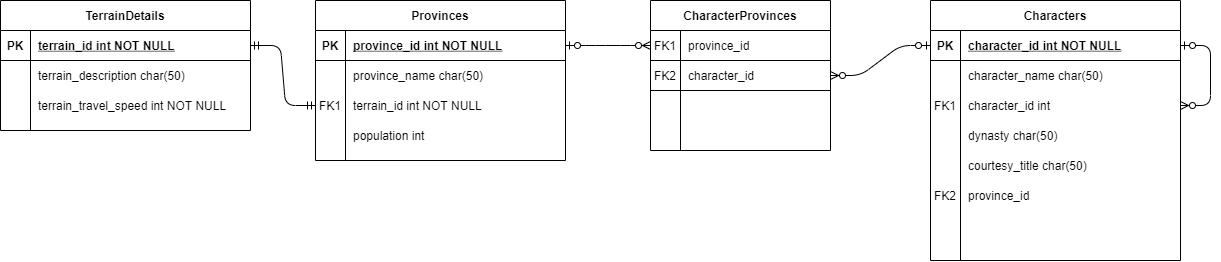
Before: 05_C#_Data/FeudalismApp/feudalismERD.png, a diagram exported from draw.io (JDewhirst/eng86). Source tidied: cells renumbered, new cells last; positions are measured from the earlier drawing's top-left corner, leaving out a move shared by most shapes. Its diagram source:
```xml
<mxGraphModel>
  <root>
    <mxCell id="0" />
    <mxCell id="1" parent="0" />
    <mxCell id="2" value="Characters" style="shape=table;startSize=30;rowLines=0;fontStyle=1;align=center;" parent="1" vertex="1">
      <mxGeometry x="930" width="250" height="260" as="geometry" />
    </mxCell>
    <mxCell id="3" style="shape=partialRectangle;fillColor=none;points=[[0,0.5],[1,0.5]];portConstraint=eastwest;top=0;left=0;right=0;bottom=1;" parent="2" vertex="1">
      <mxGeometry y="30" width="250" height="30" as="geometry" />
    </mxCell>
    <mxCell id="4" value="PK" style="shape=partialRectangle;overflow=hidden;fillColor=none;top=0;left=0;bottom=0;right=0;fontStyle=1;" parent="3" vertex="1">
      <mxGeometry width="30" height="30" as="geometry" />
    </mxCell>
    <mxCell id="5" value="character_id int NOT NULL " style="shape=partialRectangle;overflow=hidden;fillColor=none;top=0;left=0;bottom=0;right=0;align=left;spacingLeft=6;fontStyle=5;" parent="3" vertex="1">
      <mxGeometry x="30" width="220" height="30" as="geometry" />
    </mxCell>
    <mxCell id="6" style="shape=partialRectangle;fillColor=none;top=0;left=0;right=0;bottom=0;" parent="2" vertex="1">
      <mxGeometry y="60" width="250" height="30" as="geometry" />
    </mxCell>
    <mxCell id="7" style="shape=partialRectangle;overflow=hidden;fillColor=none;top=0;left=0;bottom=0;right=0;" parent="6" vertex="1">
      <mxGeometry width="30" height="30" as="geometry" />
    </mxCell>
    <mxCell id="8" value="character_name char(50)" style="shape=partialRectangle;overflow=hidden;fillColor=none;top=0;left=0;bottom=0;right=0;align=left;spacingLeft=6;" parent="6" vertex="1">
      <mxGeometry x="30" width="220" height="30" as="geometry" />
    </mxCell>
    <mxCell id="9" style="shape=partialRectangle;fillColor=none;points=[[0,0.5],[1,0.5]];portConstraint=eastwest;top=0;left=0;right=0;bottom=0;" parent="2" vertex="1">
      <mxGeometry y="90" width="250" height="30" as="geometry" />
    </mxCell>
    <mxCell id="10" value="FK1" style="shape=partialRectangle;overflow=hidden;fillColor=none;top=0;left=0;bottom=0;right=0;" parent="9" vertex="1">
      <mxGeometry width="30" height="30" as="geometry" />
    </mxCell>
    <mxCell id="11" value="character_id int" style="shape=partialRectangle;overflow=hidden;fillColor=none;top=0;left=0;bottom=0;right=0;align=left;spacingLeft=6;" parent="9" vertex="1">
      <mxGeometry x="30" width="220" height="30" as="geometry" />
    </mxCell>
    <mxCell id="12" style="shape=partialRectangle;fillColor=none;top=0;left=0;bottom=0;right=0;" parent="2" vertex="1">
      <mxGeometry y="120" width="250" height="30" as="geometry" />
    </mxCell>
    <mxCell id="13" style="shape=partialRectangle;fillColor=none;top=0;left=0;bottom=0;right=0;overflow=hidden;" parent="12" vertex="1">
      <mxGeometry width="30" height="30" as="geometry" />
    </mxCell>
    <mxCell id="14" value="dynasty char(50)" style="shape=partialRectangle;fillColor=none;top=0;left=0;bottom=0;right=0;align=left;spacingLeft=6;overflow=hidden;" parent="12" vertex="1">
      <mxGeometry x="30" width="220" height="30" as="geometry" />
    </mxCell>
    <mxCell id="15" style="shape=partialRectangle;fillColor=none;top=0;left=0;bottom=0;right=0;" parent="2" vertex="1">
      <mxGeometry y="150" width="250" height="30" as="geometry" />
    </mxCell>
    <mxCell id="16" style="shape=partialRectangle;fillColor=none;top=0;left=0;bottom=0;right=0;overflow=hidden;" parent="15" vertex="1">
      <mxGeometry width="30" height="30" as="geometry" />
    </mxCell>
    <mxCell id="17" value="courtesy_title char(50)" style="shape=partialRectangle;fillColor=none;top=0;left=0;bottom=0;right=0;align=left;spacingLeft=6;overflow=hidden;" parent="15" vertex="1">
      <mxGeometry x="30" width="220" height="30" as="geometry" />
    </mxCell>
    <mxCell id="18" style="edgeStyle=entityRelationEdgeStyle;fontSize=12;html=1;endArrow=ERzeroToMany;startArrow=ERzeroToOne;exitX=1;exitY=0.5;exitDx=0;exitDy=0;entryX=1;entryY=0.5;entryDx=0;entryDy=0;" parent="2" edge="1" source="3" target="9">
      <mxGeometry relative="1" as="geometry" />
    </mxCell>
    <mxCell id="19" style="shape=partialRectangle;fillColor=none;top=0;left=0;bottom=0;right=0;points=[[0,0.5],[1,0.5]];portConstraint=eastwest;" parent="2" vertex="1">
      <mxGeometry y="180" width="250" height="30" as="geometry" />
    </mxCell>
    <mxCell id="20" value="FK2" style="shape=partialRectangle;fillColor=none;top=0;left=0;bottom=0;right=0;fontStyle=0;overflow=hidden;" parent="19" vertex="1">
      <mxGeometry width="30" height="30" as="geometry" />
    </mxCell>
    <mxCell id="21" value="province_id" style="shape=partialRectangle;fillColor=none;top=0;left=0;bottom=0;right=0;align=left;spacingLeft=6;fontStyle=0;overflow=hidden;" parent="19" vertex="1">
      <mxGeometry x="30" width="220" height="30" as="geometry" />
    </mxCell>
    <mxCell id="22" value="TerrainDetails" style="shape=table;startSize=30;rowLines=0;fontStyle=1;align=center;" parent="1" vertex="1">
      <mxGeometry width="250" height="130" as="geometry" />
    </mxCell>
    <mxCell id="23" style="shape=partialRectangle;fillColor=none;points=[[0,0.5],[1,0.5]];portConstraint=eastwest;top=0;left=0;right=0;bottom=1;" parent="22" vertex="1">
      <mxGeometry y="30" width="250" height="30" as="geometry" />
    </mxCell>
    <mxCell id="24" value="PK" style="shape=partialRectangle;overflow=hidden;fillColor=none;top=0;left=0;bottom=0;right=0;fontStyle=1;" parent="23" vertex="1">
      <mxGeometry width="30" height="30" as="geometry" />
    </mxCell>
    <mxCell id="25" value="terrain_id int NOT NULL" style="shape=partialRectangle;overflow=hidden;fillColor=none;top=0;left=0;bottom=0;right=0;align=left;spacingLeft=6;fontStyle=5;" parent="23" vertex="1">
      <mxGeometry x="30" width="220" height="30" as="geometry" />
    </mxCell>
    <mxCell id="26" style="shape=partialRectangle;fillColor=none;top=0;left=0;right=0;bottom=0;" parent="22" vertex="1">
      <mxGeometry y="60" width="250" height="30" as="geometry" />
    </mxCell>
    <mxCell id="27" style="shape=partialRectangle;overflow=hidden;fillColor=none;top=0;left=0;bottom=0;right=0;" parent="26" vertex="1">
      <mxGeometry width="30" height="30" as="geometry" />
    </mxCell>
    <mxCell id="28" value="terrain_description char(50)" style="shape=partialRectangle;overflow=hidden;fillColor=none;top=0;left=0;bottom=0;right=0;align=left;spacingLeft=6;" parent="26" vertex="1">
      <mxGeometry x="30" width="220" height="30" as="geometry" />
    </mxCell>
    <mxCell id="29" style="shape=partialRectangle;fillColor=none;top=0;left=0;right=0;bottom=0;" parent="22" vertex="1">
      <mxGeometry y="90" width="250" height="30" as="geometry" />
    </mxCell>
    <mxCell id="30" style="shape=partialRectangle;overflow=hidden;fillColor=none;top=0;left=0;bottom=0;right=0;" parent="29" vertex="1">
      <mxGeometry width="30" height="30" as="geometry" />
    </mxCell>
    <mxCell id="31" value="terrain_travel_speed int NOT NULL" style="shape=partialRectangle;overflow=hidden;fillColor=none;top=0;left=0;bottom=0;right=0;align=left;spacingLeft=6;" parent="29" vertex="1">
      <mxGeometry x="30" width="220" height="30" as="geometry" />
    </mxCell>
    <mxCell id="32" value="Provinces" style="shape=table;startSize=30;rowLines=0;fontStyle=1;align=center;" parent="1" vertex="1">
      <mxGeometry x="315" width="250" height="160" as="geometry" />
    </mxCell>
    <mxCell id="33" style="shape=partialRectangle;fillColor=none;points=[[0,0.5],[1,0.5]];portConstraint=eastwest;top=0;left=0;right=0;bottom=1;" parent="32" vertex="1">
      <mxGeometry y="30" width="250" height="30" as="geometry" />
    </mxCell>
    <mxCell id="34" value="PK" style="shape=partialRectangle;overflow=hidden;fillColor=none;top=0;left=0;bottom=0;right=0;fontStyle=1;" parent="33" vertex="1">
      <mxGeometry width="30" height="30" as="geometry" />
    </mxCell>
    <mxCell id="35" value="province_id int NOT NULL" style="shape=partialRectangle;overflow=hidden;fillColor=none;top=0;left=0;bottom=0;right=0;align=left;spacingLeft=6;fontStyle=5;" parent="33" vertex="1">
      <mxGeometry x="30" width="220" height="30" as="geometry" />
    </mxCell>
    <mxCell id="36" style="shape=partialRectangle;fillColor=none;top=0;left=0;right=0;bottom=0;" parent="32" vertex="1">
      <mxGeometry y="60" width="250" height="30" as="geometry" />
    </mxCell>
    <mxCell id="37" style="shape=partialRectangle;overflow=hidden;fillColor=none;top=0;left=0;bottom=0;right=0;" parent="36" vertex="1">
      <mxGeometry width="30" height="30" as="geometry" />
    </mxCell>
    <mxCell id="38" value="province_name char(50) " style="shape=partialRectangle;overflow=hidden;fillColor=none;top=0;left=0;bottom=0;right=0;align=left;spacingLeft=6;" parent="36" vertex="1">
      <mxGeometry x="30" width="220" height="30" as="geometry" />
    </mxCell>
    <mxCell id="39" style="shape=partialRectangle;fillColor=none;top=0;left=0;bottom=0;right=0;points=[[0,0.5],[1,0.5]];portConstraint=eastwest;" parent="32" vertex="1">
      <mxGeometry y="90" width="250" height="30" as="geometry" />
    </mxCell>
    <mxCell id="40" value="FK1" style="shape=partialRectangle;fillColor=none;top=0;left=0;bottom=0;right=0;overflow=hidden;" parent="39" vertex="1">
      <mxGeometry width="30" height="30" as="geometry" />
    </mxCell>
    <mxCell id="41" value="terrain_id int NOT NULL" style="shape=partialRectangle;fillColor=none;top=0;left=0;bottom=0;right=0;align=left;spacingLeft=6;overflow=hidden;" parent="39" vertex="1">
      <mxGeometry x="30" width="220" height="30" as="geometry" />
    </mxCell>
    <mxCell id="42" style="shape=partialRectangle;fillColor=none;top=0;left=0;bottom=0;right=0;" parent="32" vertex="1">
      <mxGeometry y="120" width="250" height="30" as="geometry" />
    </mxCell>
    <mxCell id="43" style="shape=partialRectangle;fillColor=none;top=0;left=0;bottom=0;right=0;overflow=hidden;" parent="42" vertex="1">
      <mxGeometry width="30" height="30" as="geometry" />
    </mxCell>
    <mxCell id="44" value="population int" style="shape=partialRectangle;fillColor=none;top=0;left=0;bottom=0;right=0;align=left;spacingLeft=6;overflow=hidden;" parent="42" vertex="1">
      <mxGeometry x="30" width="220" height="30" as="geometry" />
    </mxCell>
    <mxCell id="45" style="edgeStyle=entityRelationEdgeStyle;fontSize=12;html=1;endArrow=ERmandOne;startArrow=ERmandOne;exitX=1;exitY=0.5;exitDx=0;exitDy=0;entryX=0;entryY=0.5;entryDx=0;entryDy=0;" parent="1" edge="1" source="23" target="39">
      <mxGeometry relative="1" as="geometry" />
    </mxCell>
    <mxCell id="46" style="edgeStyle=entityRelationEdgeStyle;fontSize=12;html=1;endArrow=ERzeroToMany;startArrow=ERzeroToOne;exitX=1;exitY=0.5;exitDx=0;exitDy=0;entryX=0;entryY=0.5;entryDx=0;entryDy=0;" parent="1" edge="1" source="33" target="49">
      <mxGeometry relative="1" as="geometry" />
    </mxCell>
    <mxCell id="47" style="group;" parent="1" vertex="1">
      <mxGeometry x="650" width="180" height="150" as="geometry" />
    </mxCell>
    <mxCell id="48" value="CharacterProvinces" style="shape=table;startSize=30;rowLines=0;fontStyle=1;align=center;" parent="47" vertex="1">
      <mxGeometry width="180" height="150" as="geometry" />
    </mxCell>
    <mxCell id="49" style="shape=partialRectangle;fillColor=none;top=0;left=0;bottom=1;right=0;points=[[0,0.5],[1,0.5]];portConstraint=eastwest;" parent="48" vertex="1">
      <mxGeometry y="30" width="180" height="30" as="geometry" />
    </mxCell>
    <mxCell id="50" value="FK1" style="shape=partialRectangle;fillColor=none;top=0;left=0;bottom=0;right=0;fontStyle=0;overflow=hidden;" parent="49" vertex="1">
      <mxGeometry width="30" height="30" as="geometry" />
    </mxCell>
    <mxCell id="51" value="province_id" style="shape=partialRectangle;fillColor=none;top=0;left=0;bottom=0;right=0;align=left;spacingLeft=6;fontStyle=0;overflow=hidden;" parent="49" vertex="1">
      <mxGeometry x="30" width="150" height="30" as="geometry" />
    </mxCell>
    <mxCell id="52" style="shape=partialRectangle;fillColor=none;top=0;left=0;bottom=0;right=0;" parent="48" vertex="1">
      <mxGeometry y="60" width="180" height="30" as="geometry" />
    </mxCell>
    <mxCell id="53" style="shape=partialRectangle;fillColor=none;top=0;left=0;bottom=0;right=0;overflow=hidden;" parent="52" vertex="1">
      <mxGeometry width="30" height="30" as="geometry" />
    </mxCell>
    <mxCell id="54" style="shape=partialRectangle;fillColor=none;top=0;left=0;bottom=0;right=0;align=left;spacingLeft=6;overflow=hidden;" parent="52" vertex="1">
      <mxGeometry x="30" width="150" height="30" as="geometry" />
    </mxCell>
    <mxCell id="55" style="shape=partialRectangle;fillColor=none;top=0;left=0;bottom=0;right=0;" parent="48" vertex="1">
      <mxGeometry y="90" width="180" height="30" as="geometry" />
    </mxCell>
    <mxCell id="56" style="shape=partialRectangle;fillColor=none;top=0;left=0;bottom=0;right=0;overflow=hidden;" parent="55" vertex="1">
      <mxGeometry width="30" height="30" as="geometry" />
    </mxCell>
    <mxCell id="57" style="shape=partialRectangle;fillColor=none;top=0;left=0;bottom=0;right=0;align=left;spacingLeft=6;overflow=hidden;" parent="55" vertex="1">
      <mxGeometry x="30" width="150" height="30" as="geometry" />
    </mxCell>
    <mxCell id="58" style="shape=partialRectangle;fillColor=none;top=0;left=0;bottom=0;right=0;" parent="48" vertex="1">
      <mxGeometry y="120" width="180" height="30" as="geometry" />
    </mxCell>
    <mxCell id="59" style="shape=partialRectangle;fillColor=none;top=0;left=0;bottom=0;right=0;overflow=hidden;" parent="58" vertex="1">
      <mxGeometry width="30" height="30" as="geometry" />
    </mxCell>
    <mxCell id="60" style="shape=partialRectangle;fillColor=none;top=0;left=0;bottom=0;right=0;align=left;spacingLeft=6;overflow=hidden;" parent="58" vertex="1">
      <mxGeometry x="30" width="150" height="30" as="geometry" />
    </mxCell>
    <mxCell id="61" style="shape=partialRectangle;fillColor=none;top=0;left=0;bottom=1;right=0;points=[[0,0.5],[1,0.5]];portConstraint=eastwest;" parent="47" vertex="1">
      <mxGeometry y="60" width="180" height="30" as="geometry" />
    </mxCell>
    <mxCell id="62" value="FK2" style="shape=partialRectangle;fillColor=none;top=0;left=0;bottom=0;right=0;fontStyle=0;overflow=hidden;" parent="61" vertex="1">
      <mxGeometry width="30" height="30" as="geometry" />
    </mxCell>
    <mxCell id="63" value="character_id" style="shape=partialRectangle;fillColor=none;top=0;left=0;bottom=0;right=0;align=left;spacingLeft=6;fontStyle=0;overflow=hidden;" parent="61" vertex="1">
      <mxGeometry x="30" width="150" height="30" as="geometry" />
    </mxCell>
    <mxCell id="64" style="edgeStyle=entityRelationEdgeStyle;fontSize=12;html=1;endArrow=ERzeroToMany;startArrow=ERzeroToOne;exitX=0;exitY=0.5;exitDx=0;exitDy=0;entryX=1;entryY=0.5;entryDx=0;entryDy=0;" parent="1" edge="1" source="3" target="61">
      <mxGeometry relative="1" as="geometry" />
    </mxCell>
  </root>
</mxGraphModel>
```
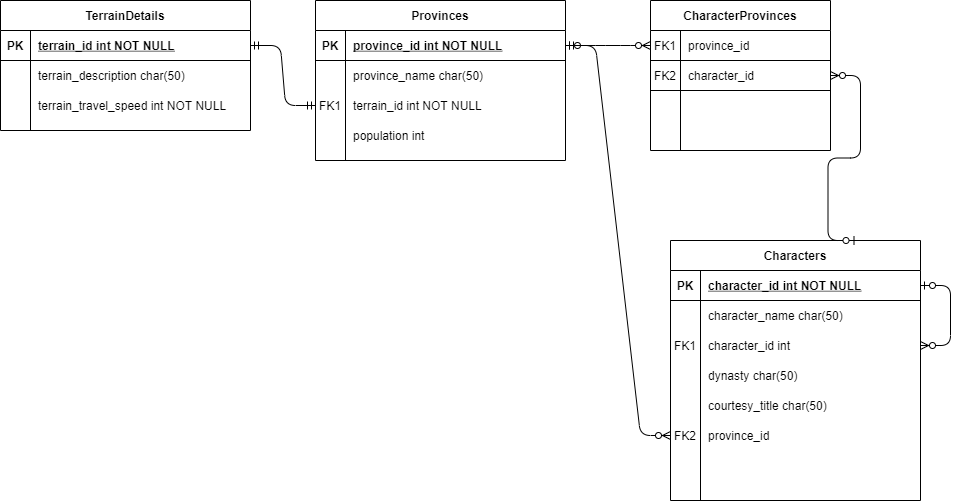
Later version of the same file.

Change to the diagram source:
```diff
@@ -3,7 +3,7 @@
     <mxCell id="0" />
     <mxCell id="1" parent="0" />
     <mxCell id="2" value="Characters" style="shape=table;startSize=30;rowLines=0;fontStyle=1;align=center;" parent="1" vertex="1">
-      <mxGeometry x="930" width="250" height="260" as="geometry" />
+      <mxGeometry x="670" y="240" width="250" height="260" as="geometry" />
     </mxCell>
     <mxCell id="3" style="shape=partialRectangle;fillColor=none;points=[[0,0.5],[1,0.5]];portConstraint=eastwest;top=0;left=0;right=0;bottom=1;" parent="2" vertex="1">
       <mxGeometry y="30" width="250" height="30" as="geometry" />
@@ -188,8 +188,11 @@
     <mxCell id="63" value="character_id" style="shape=partialRectangle;fillColor=none;top=0;left=0;bottom=0;right=0;align=left;spacingLeft=6;fontStyle=0;overflow=hidden;" parent="61" vertex="1">
       <mxGeometry x="30" width="150" height="30" as="geometry" />
     </mxCell>
-    <mxCell id="64" style="edgeStyle=entityRelationEdgeStyle;fontSize=12;html=1;endArrow=ERzeroToMany;startArrow=ERzeroToOne;exitX=0;exitY=0.5;exitDx=0;exitDy=0;entryX=1;entryY=0.5;entryDx=0;entryDy=0;" parent="1" edge="1" source="3" target="61">
+    <mxCell id="64" style="edgeStyle=entityRelationEdgeStyle;fontSize=12;html=1;endArrow=ERzeroToMany;startArrow=ERzeroToOne;exitX=0.75;exitY=0;exitDx=0;exitDy=0;entryX=1;entryY=0.5;entryDx=0;entryDy=0;" parent="1" edge="1" source="2" target="61">
       <mxGeometry relative="1" as="geometry" />
     </mxCell>
+    <mxCell id="65" style="edgeStyle=entityRelationEdgeStyle;fontSize=12;html=1;endArrow=ERzeroToMany;startArrow=ERmandOne;entryX=0;entryY=0.5;entryDx=0;entryDy=0;exitX=1;exitY=0.5;exitDx=0;exitDy=0;" parent="1" edge="1" source="33" target="19">
+      <mxGeometry relative="1" as="geometry" />
+    </mxCell>
   </root>
 </mxGraphModel>
```
